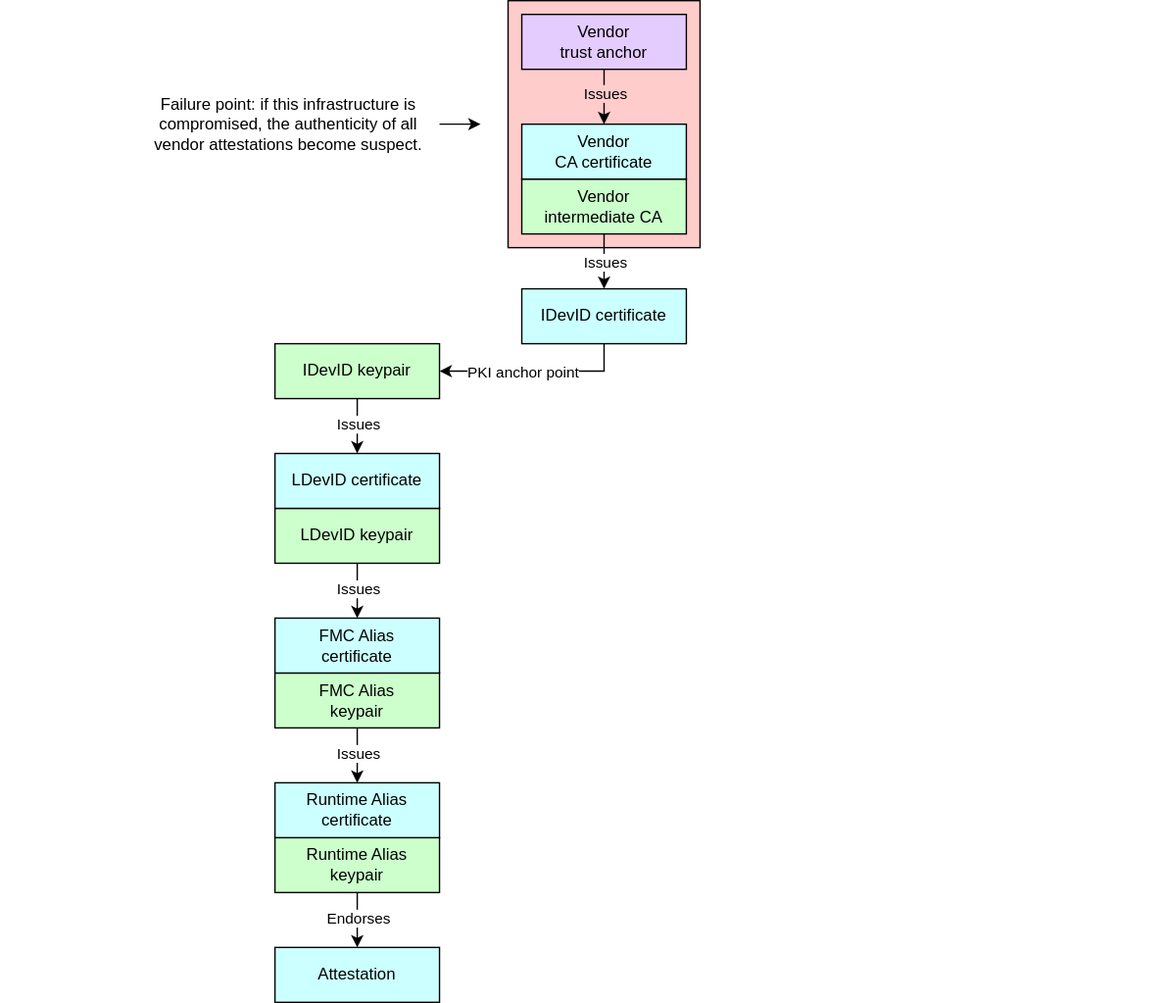
The draw.io diagram specifications/device-trust-anchor-management/diagrams/compromised_vendor_pki.drawio.svg in opencomputeproject/Security, before a commit. Source tidied: cells renumbered, new cells last; positions are measured from the earlier drawing's top-left corner, leaving out a move shared by most shapes.
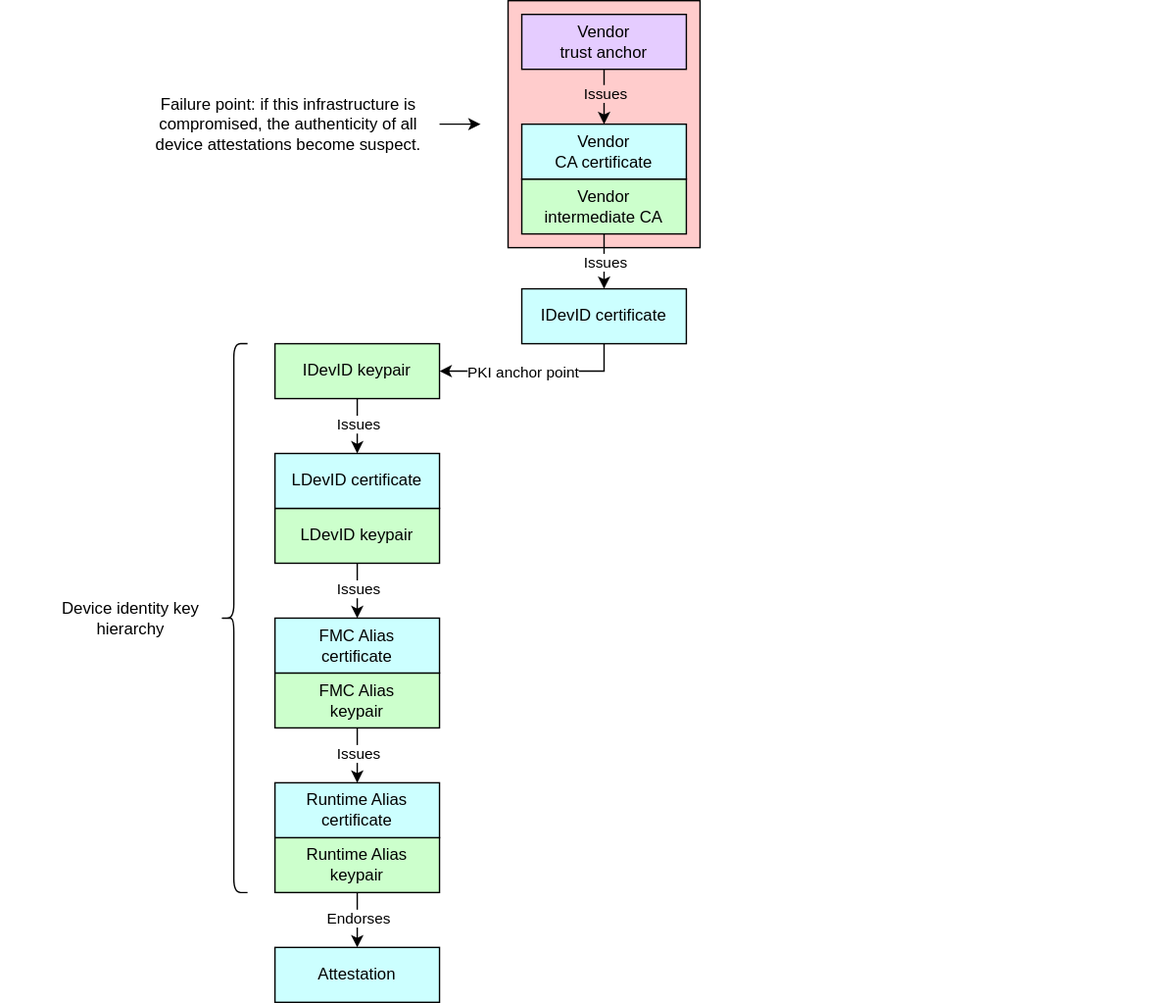
After the change.

Commit message:
Label device identity key hierarchy in diagrams.

The edit, as a diff of the source:
```diff
@@ -69,7 +69,7 @@
         <mxPoint x="350" y="90" as="targetPoint" />
       </mxGeometry>
     </mxCell>
-    <mxCell id="21" value="&lt;div&gt;&lt;font color=&quot;#000000&quot;&gt;Failure point: if this infrastructure is compromised, the authenticity of all vendor attestations become suspect.&lt;/font&gt;&lt;/div&gt;" style="rounded=0;whiteSpace=wrap;html=1;align=center;verticalAlign=middle;shadow=0;glass=0;spacingLeft=0;spacingBottom=0;spacingTop=0;fillColor=none;strokeColor=none;" parent="1" vertex="1">
+    <mxCell id="21" value="&lt;div&gt;&lt;font color=&quot;#000000&quot;&gt;Failure point: if this infrastructure is compromised, the authenticity of all device attestations become suspect.&lt;/font&gt;&lt;/div&gt;" style="rounded=0;whiteSpace=wrap;html=1;align=center;verticalAlign=middle;shadow=0;glass=0;spacingLeft=0;spacingBottom=0;spacingTop=0;fillColor=none;strokeColor=none;" parent="1" vertex="1">
       <mxGeometry x="100" y="65" width="220" height="50" as="geometry" />
     </mxCell>
     <mxCell id="22" style="edgeStyle=orthogonalEdgeStyle;html=1;exitX=0.5;exitY=1;exitDx=0;exitDy=0;rounded=0;entryX=1;entryY=0.5;entryDx=0;entryDy=0;" parent="1" edge="1" source="24" target="13">
@@ -109,5 +109,11 @@
     <mxCell id="32" style="rounded=0;whiteSpace=wrap;html=1;align=center;verticalAlign=middle;shadow=0;glass=0;spacingLeft=0;spacingBottom=0;spacingTop=0;fillColor=#FFFFFF;fontSize=10;strokeColor=#FFFFFF;" parent="1" vertex="1">
       <mxGeometry x="760" width="90" height="20" as="geometry" />
     </mxCell>
+    <mxCell id="33" style="shape=curlyBracket;whiteSpace=wrap;html=1;rounded=1;labelPosition=left;verticalLabelPosition=middle;align=right;verticalAlign=middle;" parent="1" vertex="1">
+      <mxGeometry x="160" y="250" width="20" height="400" as="geometry" />
+    </mxCell>
+    <mxCell id="34" value="Device identity key hierarchy" style="text;strokeColor=none;align=center;fillColor=none;html=1;verticalAlign=middle;whiteSpace=wrap;rounded=0;" parent="1" vertex="1">
+      <mxGeometry x="40" y="435" width="110" height="30" as="geometry" />
+    </mxCell>
   </root>
 </mxGraphModel>
```
